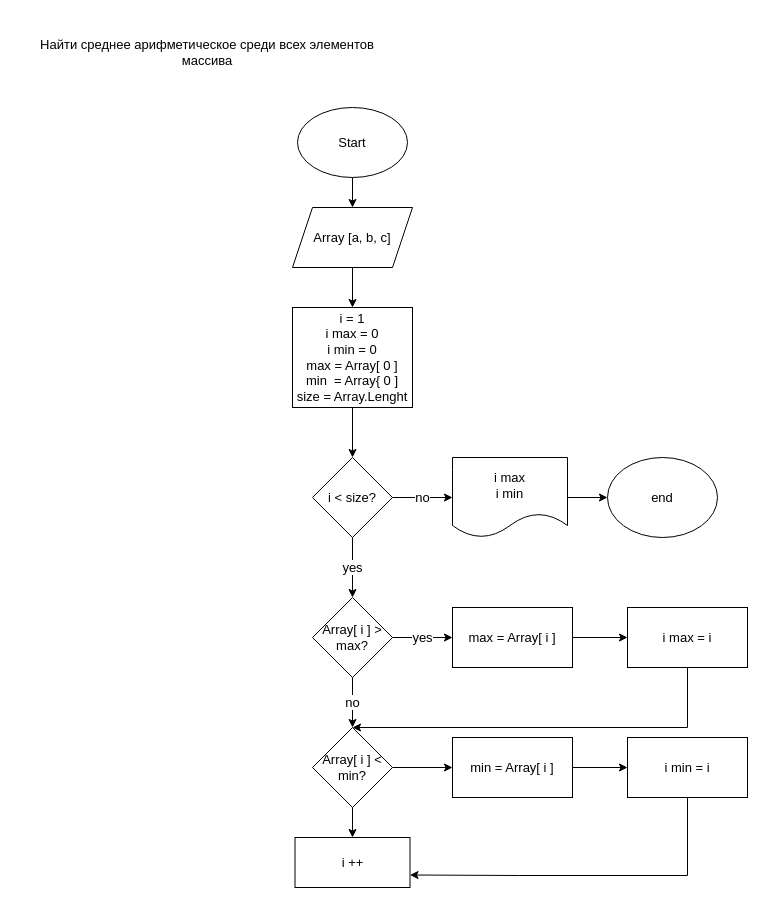
Before: Block Scheme/Среднее арифметическое массива.drawio in NastaBystritskaya/GeekBrainsEducation, a draw.io diagram. Source tidied: cells renumbered, new cells numbered last; positions are measured from the earlier drawing's top-left corner, leaving out a move shared by most shapes. Both pictures are drawn from the tidied source at 100%, with x=0, y=0 at pixel (17, 17).
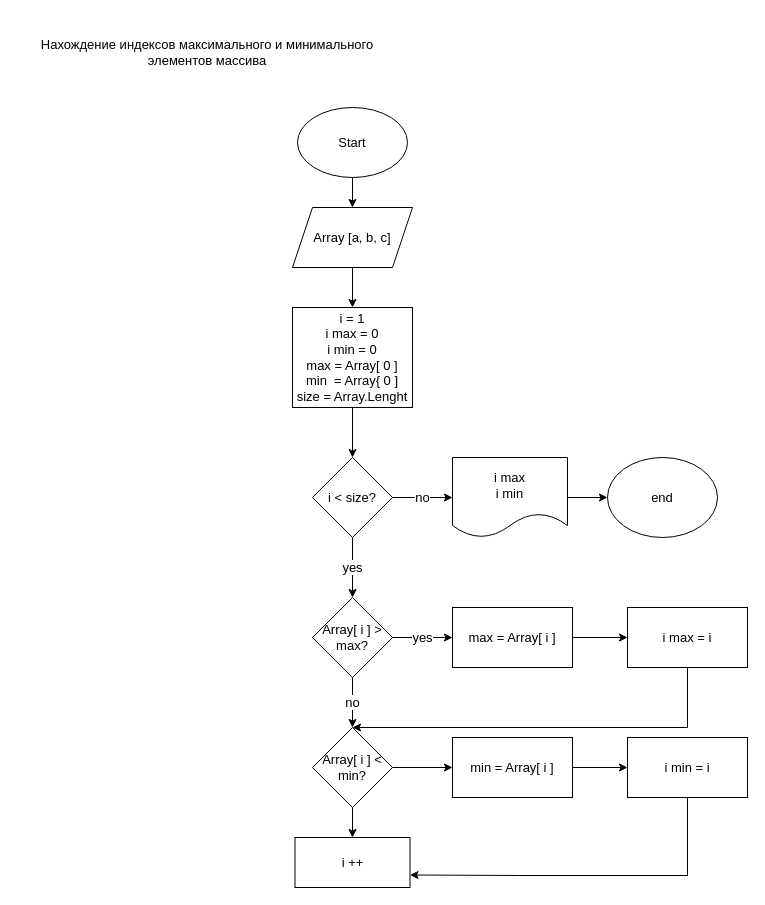
After the change.

Commit message:
Индексы макс и мин эл-в массива.drawio

What changed in the source:
```diff
@@
-    <mxCell id="2" value="Найти среднее арифметическое среди всех элементов массива" style="text;html=1;strokeColor=none;fillColor=none;align=center;verticalAlign=middle;whiteSpace=wrap;rounded=0;fontSize=13;" parent="1" vertex="1">
+    <mxCell id="2" value="Нахождение индексов максимального и минимального элементов массива" style="text;html=1;strokeColor=none;fillColor=none;align=center;verticalAlign=middle;whiteSpace=wrap;rounded=0;fontSize=13;" parent="1" vertex="1">
       <mxGeometry width="380" height="70" as="geometry" />
     </mxCell>
```
